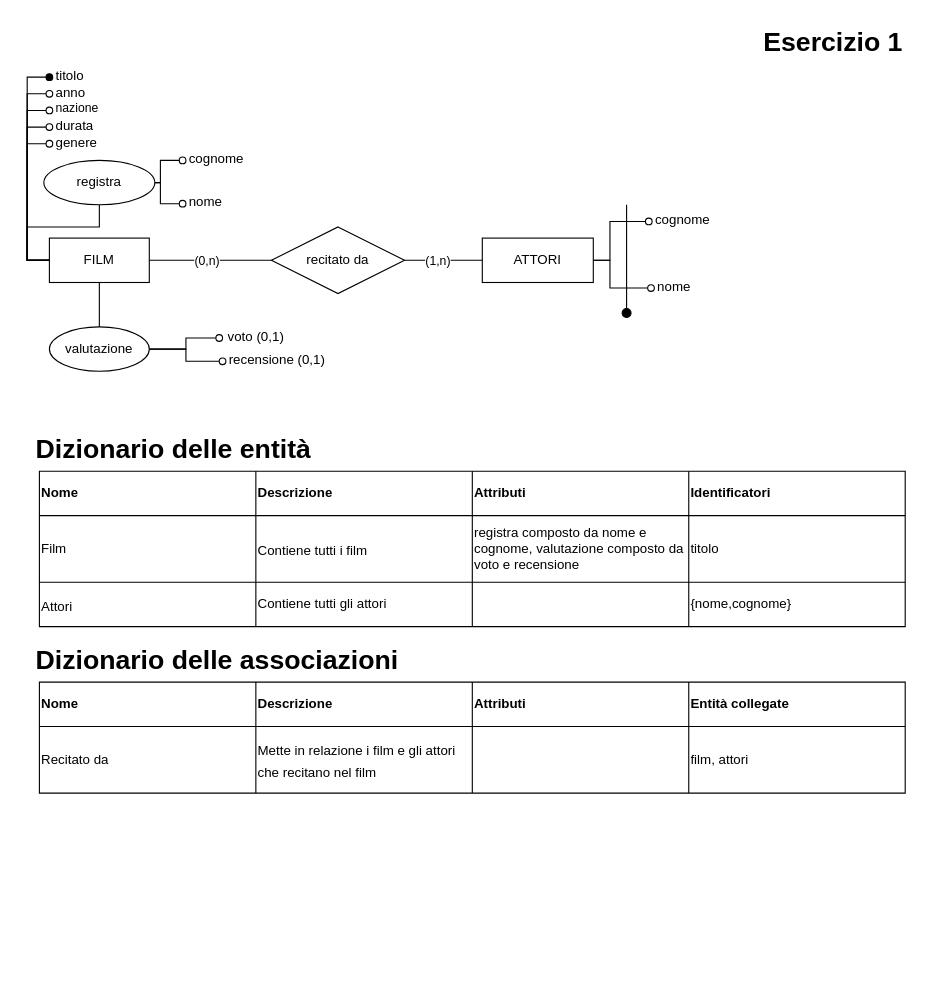
Before: page "Page-1" (1 of 6) of esercizio_cinema/Esercizio-Cinema.drawio in RaphyJake/Basi-di-dati, a draw.io diagram. Source tidied: cells renumbered, new cells numbered last; positions are measured from the earlier drawing's top-left corner, leaving out a move shared by most shapes. Both pictures are drawn from the tidied source at 111%, with x=0, y=0 at pixel (33, 19).
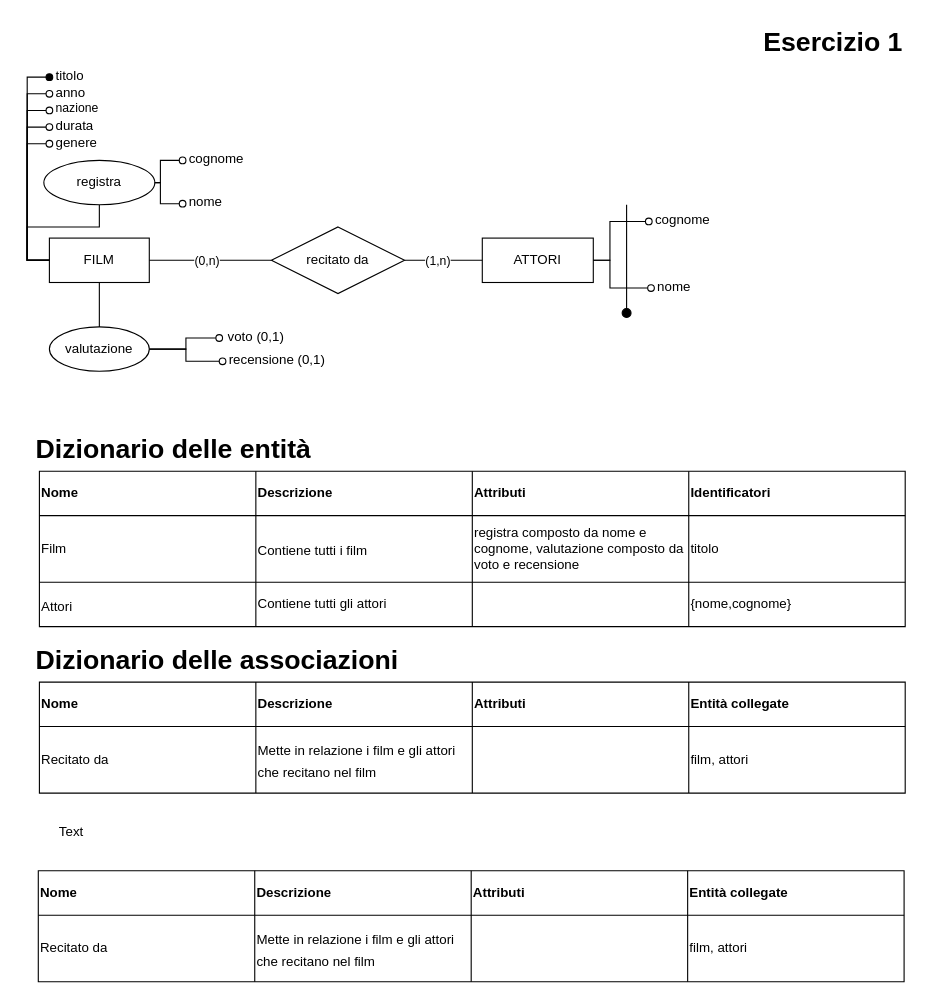
The same page after the edit.

The edit, as a diff of the source:
```diff
@@
+    <mxCell id="67" style="shape=table;startSize=0;childLayout=tableLayout;fontSize=16;" parent="1" vertex="1">
+      <mxGeometry x="4" y="767" width="780" height="100" as="geometry" />
+    </mxCell>
+    <mxCell id="68" style="shape=tableRow;horizontal=0;startSize=0;swimlaneHead=0;swimlaneBody=0;strokeColor=inherit;top=0;left=0;bottom=0;right=0;fillColor=none;fontSize=16;" parent="67" vertex="1">
+      <mxGeometry width="780" height="40" as="geometry" />
+    </mxCell>
+    <mxCell id="69" value="Nome" style="shape=partialRectangle;html=1;whiteSpace=wrap;strokeColor=inherit;overflow=hidden;fillColor=none;top=0;left=0;bottom=0;right=0;fontSize=12;align=left;fontStyle=1;" parent="68" vertex="1">
+      <mxGeometry width="195" height="40" as="geometry" />
+    </mxCell>
+    <mxCell id="70" value="&lt;b&gt;Descrizione&lt;/b&gt;" style="shape=partialRectangle;html=1;whiteSpace=wrap;strokeColor=inherit;overflow=hidden;fillColor=none;top=0;left=0;bottom=0;right=0;fontSize=12;align=left;" parent="68" vertex="1">
+      <mxGeometry x="195" width="195" height="40" as="geometry" />
+    </mxCell>
+    <mxCell id="71" value="Attributi" style="shape=partialRectangle;html=1;whiteSpace=wrap;strokeColor=inherit;overflow=hidden;fillColor=none;top=0;left=0;bottom=0;right=0;fontSize=12;fontStyle=1;align=left;" parent="68" vertex="1">
+      <mxGeometry x="390" width="195" height="40" as="geometry" />
+    </mxCell>
+    <mxCell id="72" value="Entità collegate" style="shape=partialRectangle;html=1;whiteSpace=wrap;strokeColor=inherit;overflow=hidden;fillColor=none;top=0;left=0;bottom=0;right=0;fontSize=12;fontStyle=1;align=left;" parent="68" vertex="1">
+      <mxGeometry x="585" width="195" height="40" as="geometry" />
+    </mxCell>
+    <mxCell id="73" style="shape=tableRow;horizontal=0;startSize=0;swimlaneHead=0;swimlaneBody=0;strokeColor=inherit;top=0;left=0;bottom=0;right=0;fillColor=none;fontSize=16;" parent="67" vertex="1">
+      <mxGeometry y="40" width="780" height="60" as="geometry" />
+    </mxCell>
+    <mxCell id="74" value="Recitato da" style="shape=partialRectangle;html=1;whiteSpace=wrap;strokeColor=inherit;overflow=hidden;fillColor=none;top=0;left=0;bottom=0;right=0;fontSize=12;align=left;" parent="73" vertex="1">
+      <mxGeometry width="195" height="60" as="geometry" />
+    </mxCell>
+    <mxCell id="75" value="&lt;span style=&quot;font-size: 12px;&quot;&gt;Mette in relazione i film e gli attori che recitano nel film&lt;/span&gt;" style="shape=partialRectangle;html=1;whiteSpace=wrap;strokeColor=inherit;overflow=hidden;fillColor=none;top=0;left=0;bottom=0;right=0;fontSize=16;align=left;" parent="73" vertex="1">
+      <mxGeometry x="195" width="195" height="60" as="geometry" />
+    </mxCell>
+    <mxCell id="76" style="shape=partialRectangle;html=1;whiteSpace=wrap;strokeColor=inherit;overflow=hidden;fillColor=none;top=0;left=0;bottom=0;right=0;fontSize=12;align=left;" parent="73" vertex="1">
+      <mxGeometry x="390" width="195" height="60" as="geometry" />
+    </mxCell>
+    <mxCell id="77" value="film, attori" style="shape=partialRectangle;html=1;whiteSpace=wrap;strokeColor=inherit;overflow=hidden;fillColor=none;top=0;left=0;bottom=0;right=0;fontSize=12;align=left;" parent="73" vertex="1">
+      <mxGeometry x="585" width="195" height="60" as="geometry" />
+    </mxCell>
+    <mxCell id="78" value="Text" style="text;html=1;align=center;verticalAlign=middle;whiteSpace=wrap;rounded=0;" parent="1" vertex="1">
+      <mxGeometry x="4" y="717" width="60" height="30" as="geometry" />
+    </mxCell>
```
